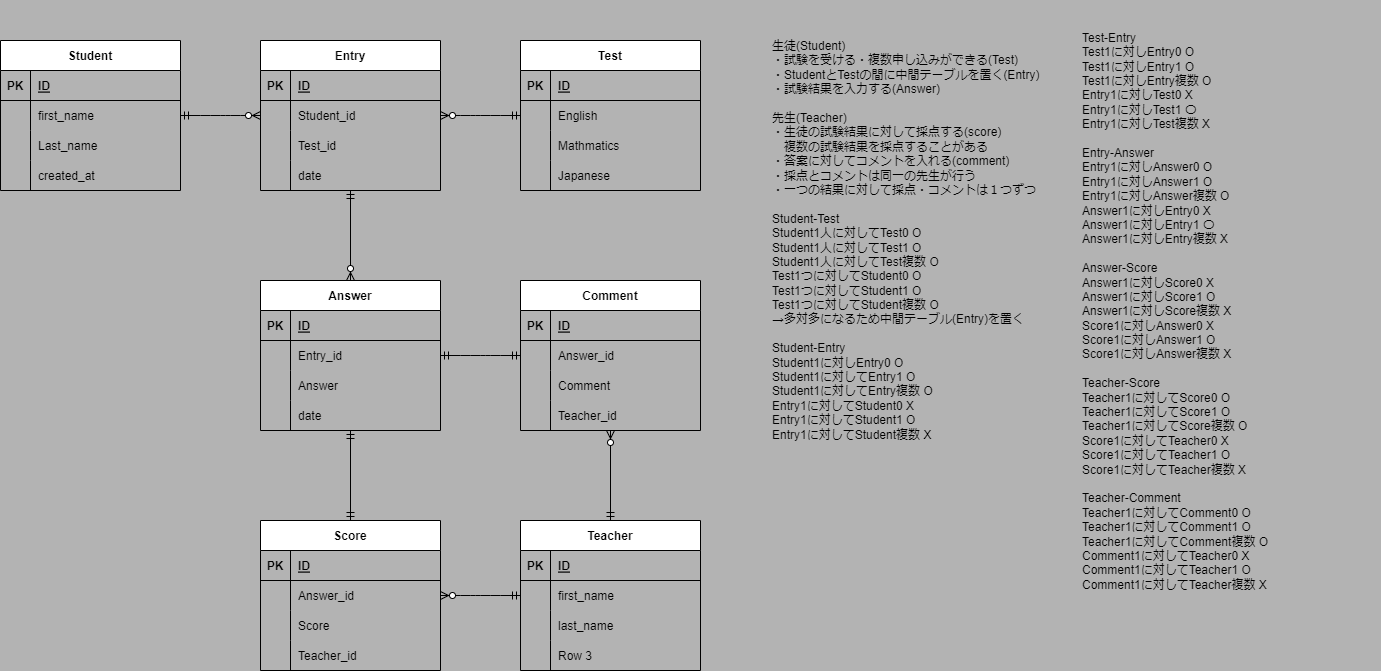
Before: test.drawio.png, a diagram exported from draw.io (Hozumin08/20230318_Takaboshi). Source tidied: cells renumbered, new cells last; positions are measured from the earlier drawing's top-left corner, leaving out a move shared by most shapes.
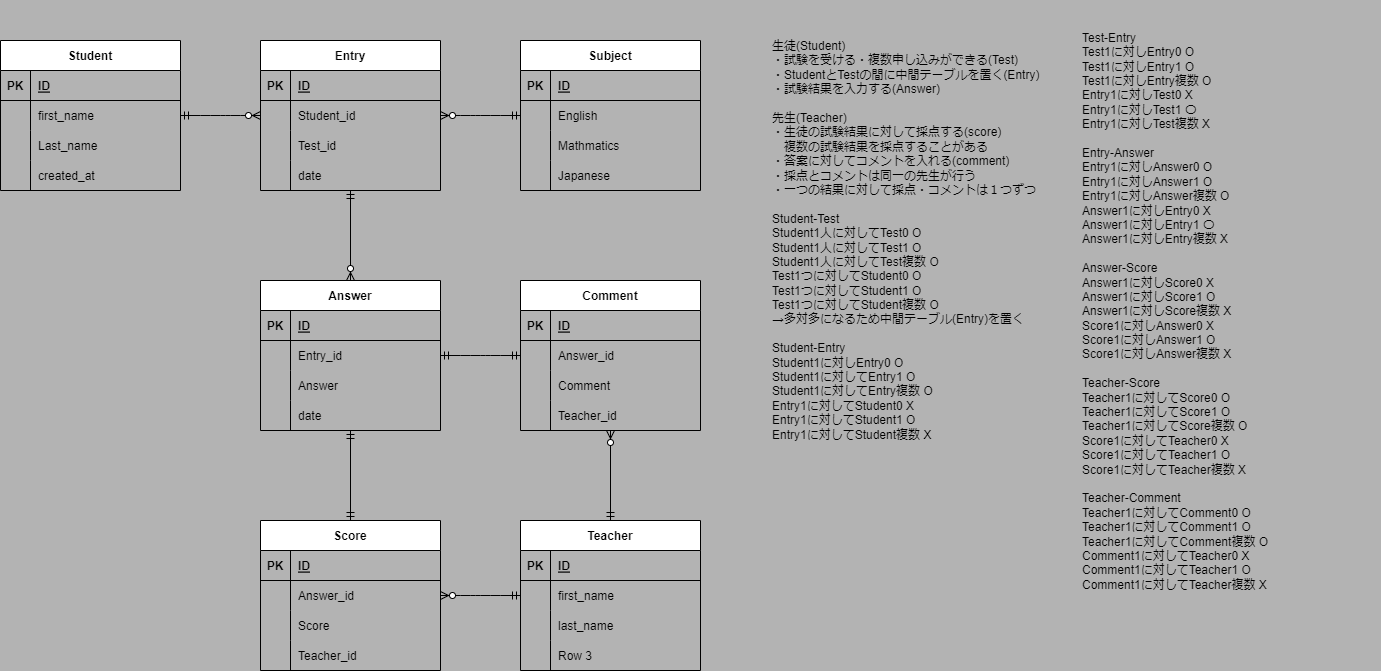
Above is the later version.

Diff of the diagram source:
```diff
@@ -158,7 +158,7 @@
     <mxCell id="53" value="Teacher_id" style="shape=partialRectangle;fillColor=none;top=0;left=0;bottom=0;right=0;align=left;spacingLeft=6;overflow=hidden;" parent="51" vertex="1">
       <mxGeometry x="30" width="150" height="30" as="geometry" />
     </mxCell>
-    <mxCell id="54" value="Test" style="shape=table;startSize=30;rowLines=0;fontStyle=1;align=center;" parent="1" vertex="1">
+    <mxCell id="54" value="Subject" style="shape=table;startSize=30;rowLines=0;fontStyle=1;align=center;" parent="1" vertex="1">
       <mxGeometry x="520" y="40" width="180" height="150" as="geometry" />
     </mxCell>
     <mxCell id="55" style="shape=tableRow;horizontal=0;startSize=0;swimlaneHead=0;swimlaneBody=0;fillColor=none;top=0;left=0;right=0;bottom=1;" parent="54" vertex="1">
```
